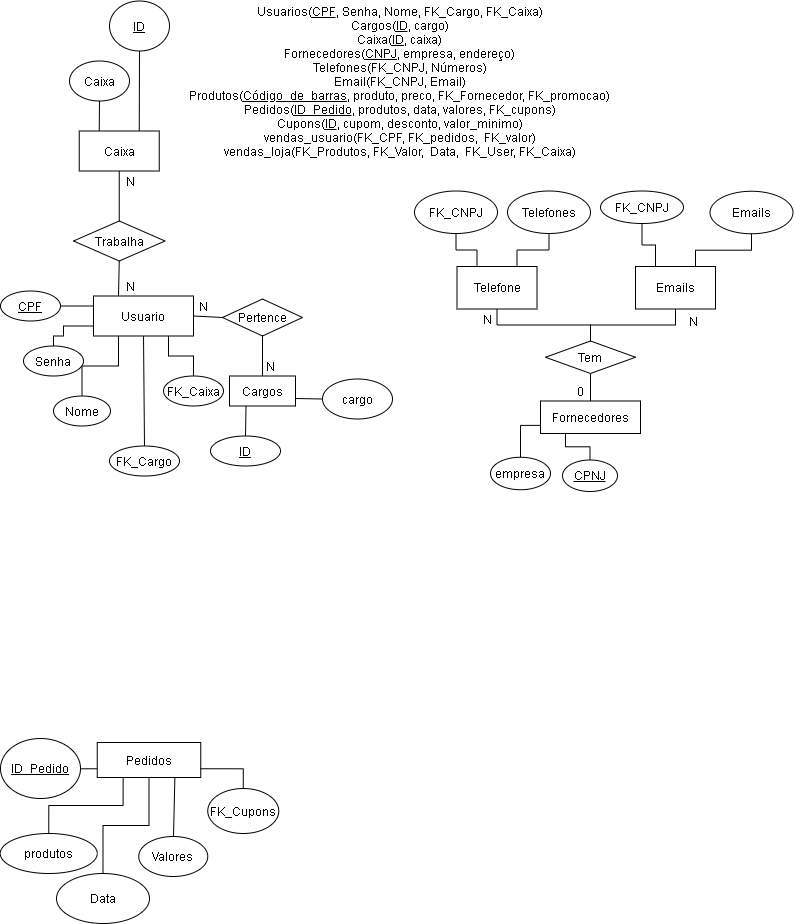
1NxT/Innovate-Market keeps this draw.io diagram as Innovate Market.png. Above is the earlier version. Source tidied: cells renumbered, new cells last; positions are measured from the earlier drawing's top-left corner, leaving out a move shared by most shapes.
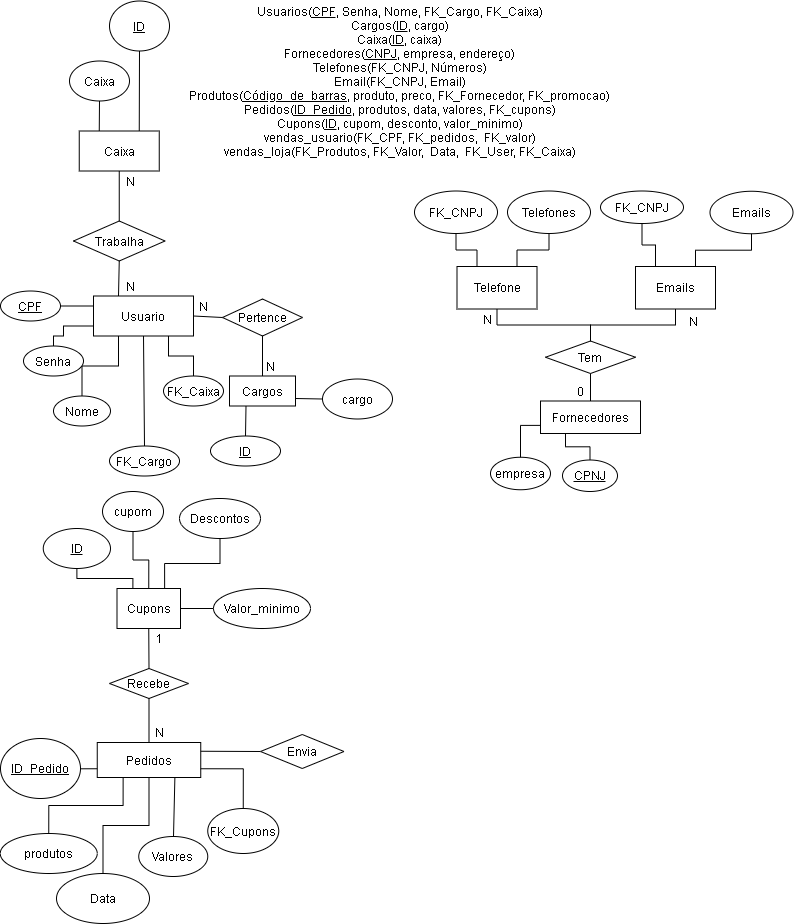
After the commit.

Change to the diagram source:
```diff
@@ -205,7 +205,55 @@
       <mxGeometry relative="1" as="geometry" />
     </mxCell>
     <mxCell id="66" value="FK_Cupons" style="ellipse;whiteSpace=wrap;html=1;rounded=0;sketch=0;" parent="1" vertex="1">
-      <mxGeometry x="207.2" y="788" width="71" height="45" as="geometry" />
+      <mxGeometry x="207.2" y="808" width="71" height="45" as="geometry" />
     </mxCell>
+    <mxCell id="67" style="endArrow=none;html=1;strokeColor=#000000;exitX=0.5;exitY=1;exitDx=0;exitDy=0;entryX=0.25;entryY=0;entryDx=0;entryDy=0;edgeStyle=orthogonalEdgeStyle;rounded=0;" parent="1" edge="1" source="69" target="68">
+      <mxGeometry relative="1" as="geometry" />
+    </mxCell>
+    <mxCell id="68" value="Cupons" style="rounded=0;whiteSpace=wrap;html=1;sketch=0;" parent="1" vertex="1">
+      <mxGeometry x="116.5" y="588" width="63.5" height="40" as="geometry" />
+    </mxCell>
+    <mxCell id="69" value="&lt;u&gt;ID&lt;/u&gt;" style="ellipse;whiteSpace=wrap;html=1;rounded=0;sketch=0;" parent="1" vertex="1">
+      <mxGeometry x="42.8" y="528" width="67.2" height="40" as="geometry" />
+    </mxCell>
+    <mxCell id="70" style="endArrow=none;html=1;strokeColor=#000000;exitX=0.5;exitY=0;exitDx=0;exitDy=0;edgeStyle=orthogonalEdgeStyle;rounded=0;" parent="1" edge="1" source="68" target="71">
+      <mxGeometry relative="1" as="geometry" />
+    </mxCell>
+    <mxCell id="71" value="cupom" style="ellipse;whiteSpace=wrap;html=1;rounded=0;sketch=0;" parent="1" vertex="1">
+      <mxGeometry x="102" y="491" width="61" height="40" as="geometry" />
+    </mxCell>
+    <mxCell id="72" style="endArrow=none;html=1;strokeColor=#000000;exitX=0.75;exitY=0;exitDx=0;exitDy=0;edgeStyle=orthogonalEdgeStyle;rounded=0;" parent="1" edge="1" source="68" target="73">
+      <mxGeometry relative="1" as="geometry" />
+    </mxCell>
+    <mxCell id="73" value="Descontos" style="ellipse;whiteSpace=wrap;html=1;rounded=0;sketch=0;" parent="1" vertex="1">
+      <mxGeometry x="179" y="498" width="81" height="40" as="geometry" />
+    </mxCell>
+    <mxCell id="74" style="endArrow=none;html=1;strokeColor=#000000;exitX=1;exitY=0.5;exitDx=0;exitDy=0;" parent="1" edge="1" source="68" target="75">
+      <mxGeometry relative="1" as="geometry" />
+    </mxCell>
+    <mxCell id="75" value="Valor_minimo" style="ellipse;whiteSpace=wrap;html=1;rounded=0;sketch=0;" parent="1" vertex="1">
+      <mxGeometry x="213" y="588" width="97" height="40" as="geometry" />
+    </mxCell>
+    <mxCell id="76" value="Recebe" style="rhombus;whiteSpace=wrap;html=1;rounded=0;sketch=0;" parent="1" vertex="1">
+      <mxGeometry x="109" y="668" width="79" height="30" as="geometry" />
+    </mxCell>
+    <mxCell id="77" style="endArrow=none;html=1;strokeColor=#000000;exitX=0.5;exitY=0;exitDx=0;exitDy=0;entryX=0.5;entryY=1;entryDx=0;entryDy=0;" parent="1" edge="1" source="76" target="68">
+      <mxGeometry relative="1" as="geometry" />
+    </mxCell>
+    <mxCell id="78" style="endArrow=none;html=1;strokeColor=#000000;exitX=0.5;exitY=0;exitDx=0;exitDy=0;entryX=0.5;entryY=1;entryDx=0;entryDy=0;" parent="1" edge="1" source="56" target="76">
+      <mxGeometry relative="1" as="geometry" />
+    </mxCell>
+    <mxCell id="79" value="1" style="text;html=1;align=center;verticalAlign=middle;strokeColor=none;" parent="1" vertex="1">
+      <mxGeometry x="149" y="628" width="20" height="20" as="geometry" />
+    </mxCell>
+    <mxCell id="80" value="N" style="text;html=1;align=center;verticalAlign=middle;strokeColor=none;" parent="1" vertex="1">
+      <mxGeometry x="149" y="722" width="20" height="20" as="geometry" />
+    </mxCell>
+    <mxCell id="81" style="endArrow=none;html=1;strokeColor=#000000;exitX=1;exitY=0.25;exitDx=0;exitDy=0;entryX=0;entryY=0.5;entryDx=0;entryDy=0;" parent="1" edge="1" source="56" target="82">
+      <mxGeometry relative="1" as="geometry" />
+    </mxCell>
+    <mxCell id="82" value="Envia" style="rhombus;whiteSpace=wrap;html=1;rounded=0;sketch=0;" parent="1" vertex="1">
+      <mxGeometry x="260" y="734" width="83.5" height="34" as="geometry" />
+    </mxCell>
   </root>
 </mxGraphModel>
```
